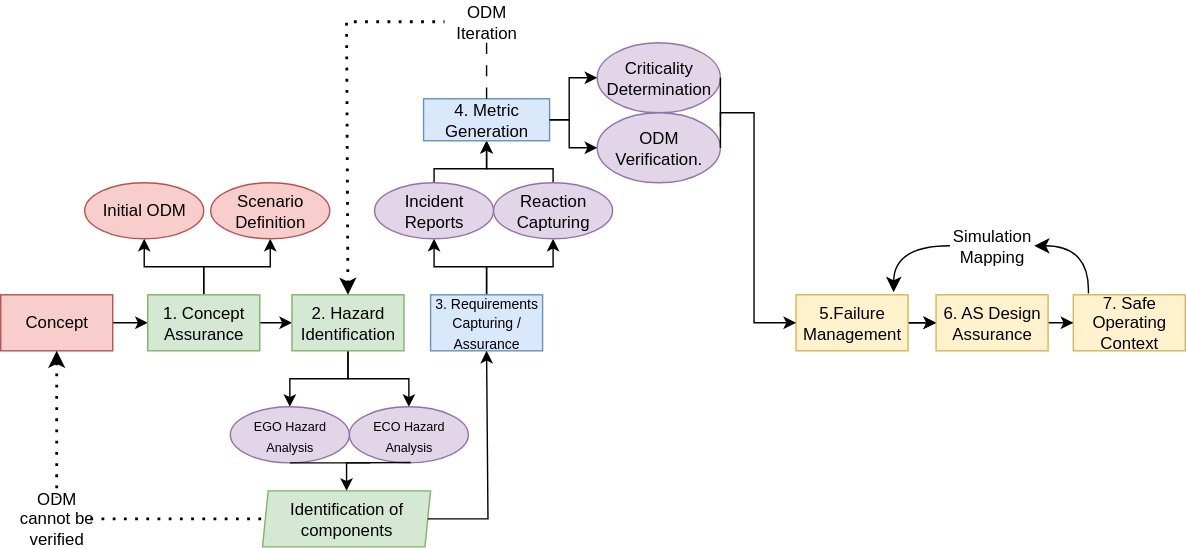
The draw.io diagram src/assets/sacred.svg in TortoiseFather/sacred-site, before a commit. Source tidied: cells renumbered, new cells last; positions are measured from the earlier drawing's top-left corner, leaving out a move shared by most shapes. Its diagram source:
```xml
<mxGraphModel>
  <root>
    <mxCell id="0" />
    <mxCell id="1" parent="0" />
    <mxCell id="2" style="edgeStyle=orthogonalEdgeStyle;rounded=0;jettySize=auto;html=1;" parent="1" edge="1" source="3" target="7">
      <mxGeometry relative="1" as="geometry" />
    </mxCell>
    <mxCell id="3" value="Concept" style="rounded=0;whiteSpace=wrap;html=1;fillColor=#f8cecc;strokeColor=#b85450;" parent="1" vertex="1">
      <mxGeometry y="210" width="80" height="40" as="geometry" />
    </mxCell>
    <mxCell id="4" style="edgeStyle=orthogonalEdgeStyle;rounded=0;jettySize=auto;html=1;" parent="1" edge="1" source="7" target="10">
      <mxGeometry relative="1" as="geometry" />
    </mxCell>
    <mxCell id="5" style="edgeStyle=orthogonalEdgeStyle;rounded=0;jettySize=auto;html=1;entryX=0.5;entryY=1;entryDx=0;entryDy=0;" parent="1" edge="1" source="7" target="20">
      <mxGeometry relative="1" as="geometry" />
    </mxCell>
    <mxCell id="6" style="edgeStyle=orthogonalEdgeStyle;rounded=0;jettySize=auto;html=1;entryX=0.5;entryY=1;entryDx=0;entryDy=0;" parent="1" edge="1" source="7" target="19">
      <mxGeometry relative="1" as="geometry" />
    </mxCell>
    <mxCell id="7" value="1. Concept Assurance" style="rounded=0;whiteSpace=wrap;html=1;fillColor=#d5e8d4;strokeColor=#82b366;" parent="1" vertex="1">
      <mxGeometry x="105" y="210" width="80" height="40" as="geometry" />
    </mxCell>
    <mxCell id="8" style="edgeStyle=orthogonalEdgeStyle;rounded=0;jettySize=auto;html=1;entryX=0.5;entryY=0;entryDx=0;entryDy=0;" parent="1" edge="1" source="10" target="37">
      <mxGeometry relative="1" as="geometry" />
    </mxCell>
    <mxCell id="9" style="edgeStyle=orthogonalEdgeStyle;rounded=0;jettySize=auto;html=1;entryX=0.5;entryY=0;entryDx=0;entryDy=0;" parent="1" edge="1" source="10" target="38">
      <mxGeometry relative="1" as="geometry" />
    </mxCell>
    <mxCell id="10" value="2. Hazard Identification" style="rounded=0;whiteSpace=wrap;html=1;fillColor=#d5e8d4;strokeColor=#82b366;" parent="1" vertex="1">
      <mxGeometry x="208" y="210" width="80" height="40" as="geometry" />
    </mxCell>
    <mxCell id="11" style="edgeStyle=orthogonalEdgeStyle;rounded=0;jettySize=auto;html=1;" parent="1" edge="1" source="13" target="24">
      <mxGeometry relative="1" as="geometry" />
    </mxCell>
    <mxCell id="12" style="edgeStyle=orthogonalEdgeStyle;rounded=0;jettySize=auto;html=1;entryX=0.5;entryY=1;entryDx=0;entryDy=0;" parent="1" edge="1" source="13" target="22">
      <mxGeometry relative="1" as="geometry" />
    </mxCell>
    <mxCell id="13" value="&lt;font style=&quot;font-size: 10px;&quot;&gt;3. Requirements Capturing / Assurance&lt;/font&gt;" style="rounded=0;whiteSpace=wrap;html=1;fillColor=#dae8fc;strokeColor=#6c8ebf;" parent="1" vertex="1">
      <mxGeometry x="307" y="210" width="80" height="40" as="geometry" />
    </mxCell>
    <mxCell id="14" style="edgeStyle=orthogonalEdgeStyle;rounded=0;jettySize=auto;html=1;" parent="1" edge="1" source="16" target="18">
      <mxGeometry relative="1" as="geometry" />
    </mxCell>
    <mxCell id="15" style="edgeStyle=orthogonalEdgeStyle;rounded=0;jettySize=auto;html=1;" parent="1" edge="1" source="16" target="18">
      <mxGeometry relative="1" as="geometry" />
    </mxCell>
    <mxCell id="16" value="5.Failure Management" style="rounded=0;whiteSpace=wrap;html=1;fillColor=#fff2cc;strokeColor=#d6b656;" parent="1" vertex="1">
      <mxGeometry x="568" y="210" width="80" height="40" as="geometry" />
    </mxCell>
    <mxCell id="17" style="edgeStyle=orthogonalEdgeStyle;rounded=0;jettySize=auto;html=1;" parent="1" edge="1" source="18" target="25">
      <mxGeometry relative="1" as="geometry" />
    </mxCell>
    <mxCell id="18" value="6. AS Design Assurance" style="rounded=0;whiteSpace=wrap;html=1;fillColor=#fff2cc;strokeColor=#d6b656;" parent="1" vertex="1">
      <mxGeometry x="668" y="210" width="80" height="40" as="geometry" />
    </mxCell>
    <mxCell id="19" value="Initial ODM" style="ellipse;whiteSpace=wrap;html=1;fillColor=#f8cecc;strokeColor=#b85450;" parent="1" vertex="1">
      <mxGeometry x="60" y="130" width="85" height="40" as="geometry" />
    </mxCell>
    <mxCell id="20" value="Scenario Definition" style="ellipse;whiteSpace=wrap;html=1;fillColor=#f8cecc;strokeColor=#b85450;" parent="1" vertex="1">
      <mxGeometry x="150" y="130" width="85" height="40" as="geometry" />
    </mxCell>
    <mxCell id="21" style="edgeStyle=orthogonalEdgeStyle;rounded=0;jettySize=auto;html=1;" parent="1" edge="1" source="22" target="26">
      <mxGeometry relative="1" as="geometry">
        <Array as="points">
          <mxPoint x="310" y="120" />
          <mxPoint x="347" y="120" />
        </Array>
      </mxGeometry>
    </mxCell>
    <mxCell id="22" value="Incident Reports" style="ellipse;whiteSpace=wrap;html=1;fillColor=#e1d5e7;strokeColor=#9673a6;" parent="1" vertex="1">
      <mxGeometry x="267" y="130" width="85" height="40" as="geometry" />
    </mxCell>
    <mxCell id="23" style="edgeStyle=orthogonalEdgeStyle;rounded=0;jettySize=auto;html=1;" parent="1" edge="1" source="24" target="26">
      <mxGeometry relative="1" as="geometry">
        <Array as="points">
          <mxPoint x="395" y="120" />
          <mxPoint x="347" y="120" />
        </Array>
      </mxGeometry>
    </mxCell>
    <mxCell id="24" value="Reaction Capturing" style="ellipse;whiteSpace=wrap;html=1;fillColor=#e1d5e7;strokeColor=#9673a6;" parent="1" vertex="1">
      <mxGeometry x="352" y="130" width="85" height="40" as="geometry" />
    </mxCell>
    <mxCell id="25" value="7. Safe Operating Context" style="rounded=0;whiteSpace=wrap;html=1;fillColor=#fff2cc;strokeColor=#d6b656;" parent="1" vertex="1">
      <mxGeometry x="766" y="210" width="80" height="40" as="geometry" />
    </mxCell>
    <mxCell id="26" value="4. Metric Generation" style="whiteSpace=wrap;html=1;fillColor=#dae8fc;strokeColor=#6c8ebf;" parent="1" vertex="1">
      <mxGeometry x="302" y="70" width="90" height="30" as="geometry" />
    </mxCell>
    <mxCell id="27" value="Criticality Determination" style="ellipse;whiteSpace=wrap;html=1;fillColor=#e1d5e7;strokeColor=#9673a6;" parent="1" vertex="1">
      <mxGeometry x="426" y="30" width="88" height="50" as="geometry" />
    </mxCell>
    <mxCell id="28" value="ODM Verification." style="ellipse;whiteSpace=wrap;html=1;fillColor=#e1d5e7;strokeColor=#9673a6;" parent="1" vertex="1">
      <mxGeometry x="426" y="80" width="88" height="50" as="geometry" />
    </mxCell>
    <mxCell id="29" style="endArrow=classic;html=1;rounded=0;exitX=1;exitY=0.5;exitDx=0;exitDy=0;entryX=0;entryY=0.5;entryDx=0;entryDy=0;" parent="1" edge="1" source="26" target="27">
      <mxGeometry relative="1" as="geometry">
        <Array as="points">
          <mxPoint x="406" y="85" />
          <mxPoint x="406" y="55" />
        </Array>
      </mxGeometry>
    </mxCell>
    <mxCell id="30" style="endArrow=classic;html=1;rounded=0;exitX=1;exitY=0.5;exitDx=0;exitDy=0;entryX=0;entryY=0.5;entryDx=0;entryDy=0;" parent="1" edge="1" source="26" target="28">
      <mxGeometry relative="1" as="geometry">
        <Array as="points">
          <mxPoint x="406" y="85" />
          <mxPoint x="406" y="105" />
        </Array>
      </mxGeometry>
    </mxCell>
    <mxCell id="31" style="endArrow=classic;html=1;rounded=0;entryX=0;entryY=0.5;entryDx=0;entryDy=0;exitX=1;exitY=0.5;exitDx=0;exitDy=0;" parent="1" edge="1" source="28" target="16">
      <mxGeometry relative="1" as="geometry">
        <Array as="points">
          <mxPoint x="514" y="80" />
          <mxPoint x="538" y="80" />
          <mxPoint x="538" y="230" />
        </Array>
      </mxGeometry>
    </mxCell>
    <mxCell id="32" style="endArrow=none;html=1;rounded=0;entryX=1;entryY=0.5;entryDx=0;entryDy=0;" parent="1" edge="1" target="27">
      <mxGeometry relative="1" as="geometry">
        <mxPoint x="514" y="90" as="sourcePoint" />
      </mxGeometry>
    </mxCell>
    <mxCell id="33" style="edgeStyle=orthogonalEdgeStyle;rounded=0;jettySize=auto;html=1;entryX=0.5;entryY=0;entryDx=0;entryDy=0;endArrow=none;endFill=0;dashed=1;dashPattern=8 8;" parent="1" edge="1" source="34" target="26">
      <mxGeometry relative="1" as="geometry" />
    </mxCell>
    <mxCell id="34" value="&lt;div&gt;ODM Iteration&lt;/div&gt;" style="text;html=1;strokeColor=none;fillColor=none;align=center;verticalAlign=middle;whiteSpace=wrap;rounded=0;" parent="1" vertex="1">
      <mxGeometry x="317" width="60" height="30" as="geometry" />
    </mxCell>
    <mxCell id="35" style="endArrow=none;dashed=1;html=1;dashPattern=1 3;strokeWidth=2;rounded=0;entryX=0;entryY=0.5;entryDx=0;entryDy=0;exitX=0.5;exitY=0;exitDx=0;exitDy=0;endFill=0;startArrow=classic;startFill=1;" parent="1" edge="1" source="10" target="34">
      <mxGeometry relative="1" as="geometry">
        <Array as="points">
          <mxPoint x="247" y="15" />
        </Array>
      </mxGeometry>
    </mxCell>
    <mxCell id="36" value="&lt;div&gt;Identification of components&lt;/div&gt;" style="shape=parallelogram;perimeter=parallelogramPerimeter;whiteSpace=wrap;html=1;fixedSize=1;size=4;fillColor=#d5e8d4;strokeColor=#82b366;" parent="1" vertex="1">
      <mxGeometry x="187" y="350" width="120" height="40" as="geometry" />
    </mxCell>
    <mxCell id="37" value="&lt;font style=&quot;font-size: 9px;&quot;&gt;ECO Hazard Analysis&lt;/font&gt;" style="ellipse;whiteSpace=wrap;html=1;fillColor=#e1d5e7;strokeColor=#9673a6;" parent="1" vertex="1">
      <mxGeometry x="249" y="290" width="85" height="40" as="geometry" />
    </mxCell>
    <mxCell id="38" value="&lt;font style=&quot;font-size: 9px;&quot;&gt;EGO Hazard Analysis&lt;/font&gt;" style="ellipse;whiteSpace=wrap;html=1;fillColor=#e1d5e7;strokeColor=#9673a6;" parent="1" vertex="1">
      <mxGeometry x="164" y="290" width="85" height="40" as="geometry" />
    </mxCell>
    <mxCell id="39" style="endArrow=classic;html=1;rounded=0;exitX=0.516;exitY=0.995;exitDx=0;exitDy=0;exitPerimeter=0;entryX=0.5;entryY=0;entryDx=0;entryDy=0;" parent="1" edge="1" source="37" target="36">
      <mxGeometry relative="1" as="geometry">
        <Array as="points">
          <mxPoint x="247" y="330" />
        </Array>
      </mxGeometry>
    </mxCell>
    <mxCell id="40" style="endArrow=none;html=1;rounded=0;exitX=0.5;exitY=1;exitDx=0;exitDy=0;endFill=0;" parent="1" edge="1" source="38">
      <mxGeometry relative="1" as="geometry">
        <mxPoint x="264" y="330" as="targetPoint" />
      </mxGeometry>
    </mxCell>
    <mxCell id="41" style="endArrow=classic;html=1;rounded=0;entryX=0.5;entryY=1;entryDx=0;entryDy=0;exitX=1;exitY=0.5;exitDx=0;exitDy=0;" parent="1" edge="1" source="36" target="13">
      <mxGeometry relative="1" as="geometry">
        <Array as="points">
          <mxPoint x="348" y="370" />
        </Array>
      </mxGeometry>
    </mxCell>
    <mxCell id="42" style="endArrow=none;dashed=1;html=1;dashPattern=1 3;strokeWidth=2;rounded=0;entryX=0;entryY=0.5;entryDx=0;entryDy=0;endFill=0;startArrow=none;startFill=0;" parent="1" edge="1" target="36">
      <mxGeometry relative="1" as="geometry">
        <mxPoint x="64" y="370" as="sourcePoint" />
        <Array as="points">
          <mxPoint x="84" y="370" />
        </Array>
      </mxGeometry>
    </mxCell>
    <mxCell id="43" style="endArrow=none;dashed=1;html=1;dashPattern=1 3;strokeWidth=2;rounded=0;entryX=0.5;entryY=0;entryDx=0;entryDy=0;exitX=0.5;exitY=1;exitDx=0;exitDy=0;endFill=0;startArrow=classic;startFill=1;" parent="1" edge="1" source="3" target="44">
      <mxGeometry relative="1" as="geometry" />
    </mxCell>
    <mxCell id="44" value="ODM cannot be verified" style="text;html=1;align=center;verticalAlign=middle;whiteSpace=wrap;rounded=0;" parent="1" vertex="1">
      <mxGeometry x="10" y="355" width="60" height="30" as="geometry" />
    </mxCell>
    <mxCell id="45" value="Simulation Mapping" style="text;html=1;align=center;verticalAlign=middle;whiteSpace=wrap;rounded=0;" parent="1" vertex="1">
      <mxGeometry x="678" y="160" width="60" height="30" as="geometry" />
    </mxCell>
    <mxCell id="46" style="endArrow=classic;html=1;rounded=0;fontSize=12;startSize=8;endSize=8;curved=1;entryX=1;entryY=0.5;entryDx=0;entryDy=0;exitX=0.135;exitY=-0.025;exitDx=0;exitDy=0;exitPerimeter=0;" parent="1" edge="1" source="25" target="45">
      <mxGeometry relative="1" as="geometry">
        <Array as="points">
          <mxPoint x="778" y="175" />
        </Array>
      </mxGeometry>
    </mxCell>
    <mxCell id="47" style="endArrow=classic;html=1;rounded=0;fontSize=12;startSize=8;endSize=8;curved=1;entryX=0.871;entryY=-0.046;entryDx=0;entryDy=0;exitX=0;exitY=0.5;exitDx=0;exitDy=0;entryPerimeter=0;" parent="1" edge="1" source="45" target="16">
      <mxGeometry relative="1" as="geometry">
        <Array as="points">
          <mxPoint x="638" y="175" />
        </Array>
      </mxGeometry>
    </mxCell>
  </root>
</mxGraphModel>
```
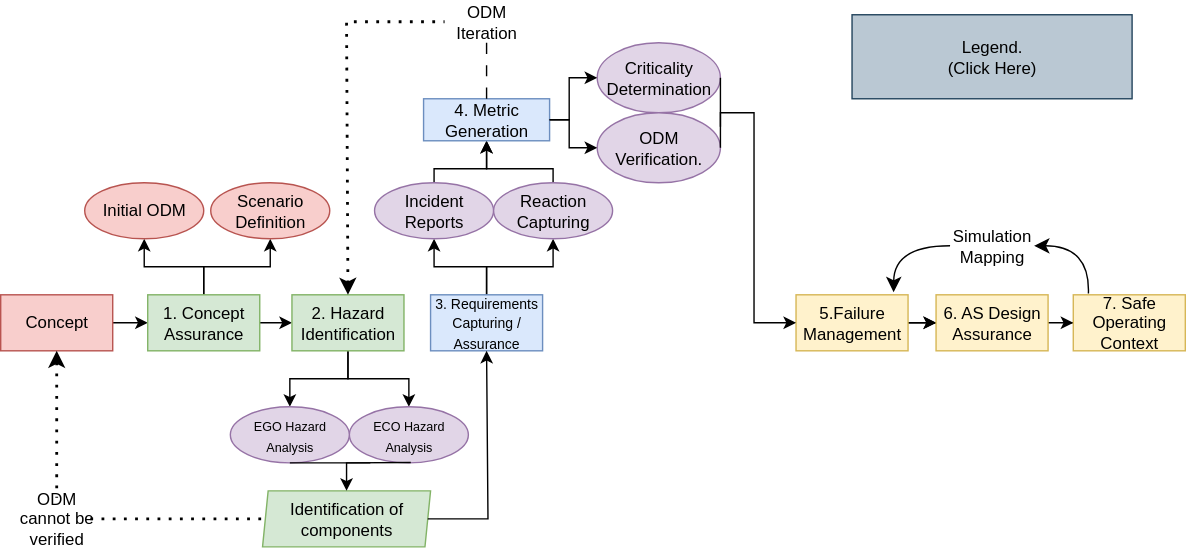
After the commit.

Diff of the diagram source:
```diff
@@ -195,5 +195,8 @@
         </Array>
       </mxGeometry>
     </mxCell>
+    <mxCell id="48" value="&lt;div&gt;Legend.&lt;/div&gt;&lt;div&gt;(Click Here)&lt;/div&gt;" style="rounded=0;whiteSpace=wrap;html=1;fillColor=#bac8d3;strokeColor=#23445d;" parent="1" vertex="1">
+      <mxGeometry x="608" y="10" width="200" height="60" as="geometry" />
+    </mxCell>
   </root>
 </mxGraphModel>
```
